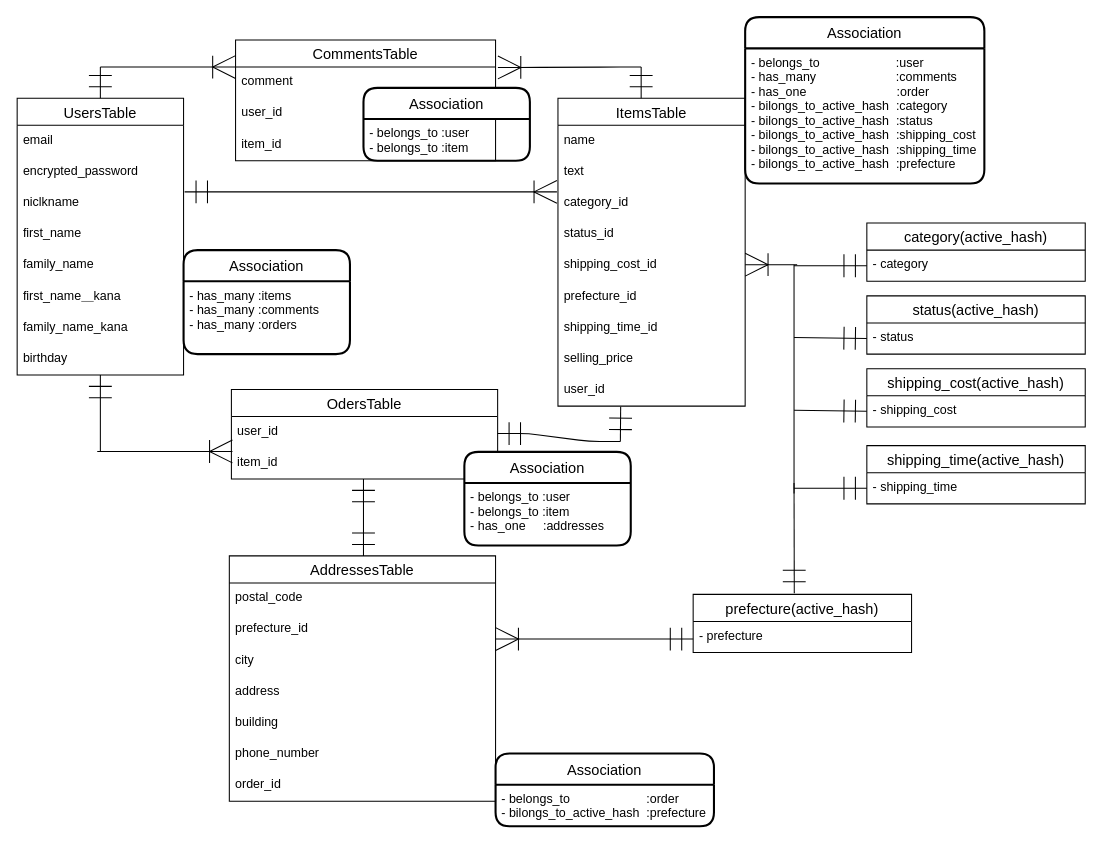
The draw.io diagram ER.dio in wakachico/furima-36117, before the edit. Source tidied: cells renumbered, new cells numbered last; positions are measured from the earlier drawing's top-left corner, leaving out a move shared by most shapes. Both pictures are drawn from the tidied source at 104%, with x=0, y=0 at pixel (17, 17).
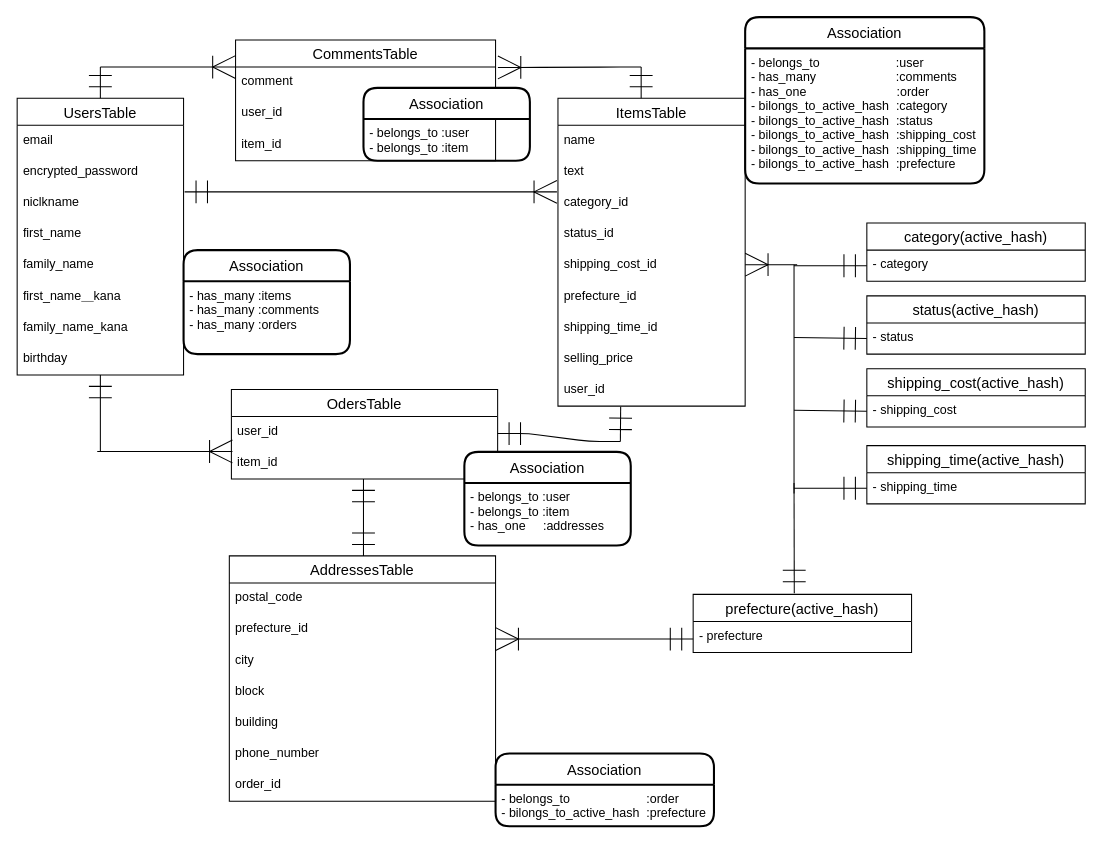
Above is the later version.

Commit message (it also covers changes not shown here):
レビュー修正７

The change refers to these unchanged cells:
```xml
<mxCell id="41" value="AddressesTable" style="swimlane;fontStyle=0;horizontal=1;startSize=26;align=center;fontSize=14;" parent="1" vertex="1">
  <mxGeometry x="204" y="518" width="256" height="236" as="geometry" />
</mxCell>
```

The edit, as a diff of the source:
```diff
@@
-    <mxCell id="45" value="address " style="text;strokeColor=none;fillColor=none;spacingLeft=4;spacingRight=4;overflow=hidden;fontSize=12;" parent="41" vertex="1">
+    <mxCell id="45" value="block" style="text;strokeColor=none;fillColor=none;spacingLeft=4;spacingRight=4;overflow=hidden;fontSize=12;" parent="41" vertex="1">
       <mxGeometry y="116" width="256" height="30" as="geometry" />
     </mxCell>
```
